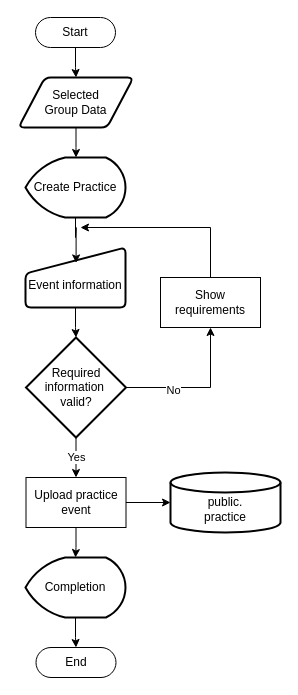
This is Atletik-ProgramFlowchart-CreatePractice.drawio from ElliotJcbH/AtletikFlowcharts, a draw.io file, before an edit. Source tidied: cells renumbered, new cells numbered last; positions are measured from the earlier drawing's top-left corner, leaving out a move shared by most shapes. Both pictures are drawn from the tidied source at 100%, with x=0, y=0 at pixel (18, 17).
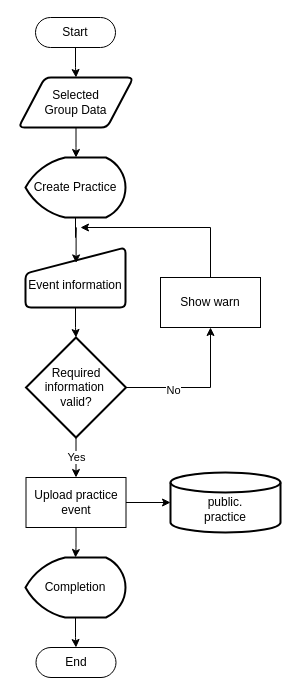
Above is the later version.

The edit, as a diff of the source:
```diff
@@
-    <mxCell id="22" value="Show requirements" style="html=1;dashed=0;whiteSpace=wrap;" parent="1" vertex="1">
+    <mxCell id="22" value="Show warn" style="html=1;dashed=0;whiteSpace=wrap;" parent="1" vertex="1">
       <mxGeometry x="142" y="260" width="100" height="50" as="geometry" />
     </mxCell>
```
